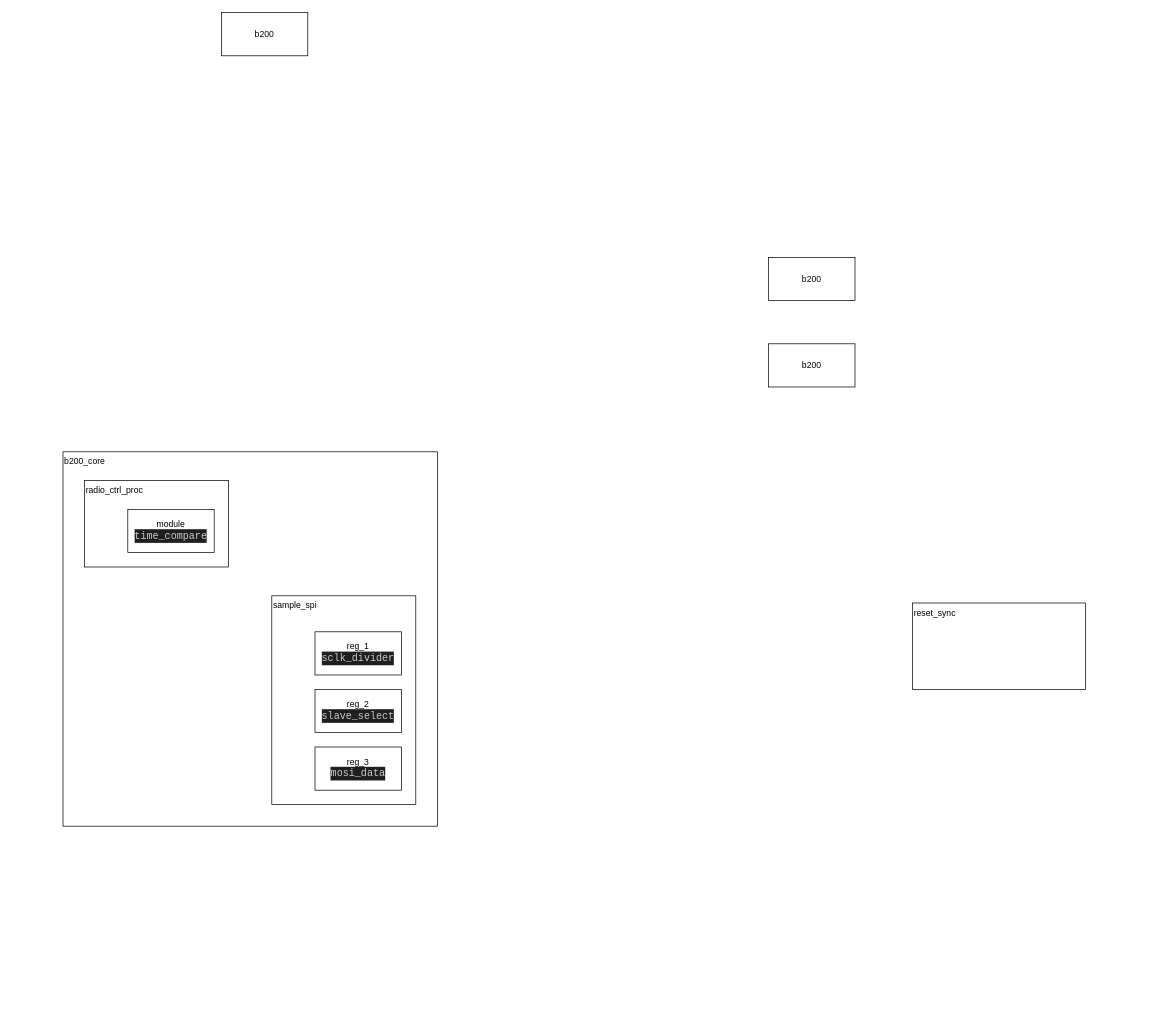
Before: b210.drawio in Africanuncle/quhao, a draw.io diagram. Source tidied: cells renumbered, new cells numbered last; positions are measured from the earlier drawing's top-left corner, leaving out a move shared by most shapes. Both pictures are drawn from the tidied source at 72%, with x=0, y=0 at pixel (63, 12).
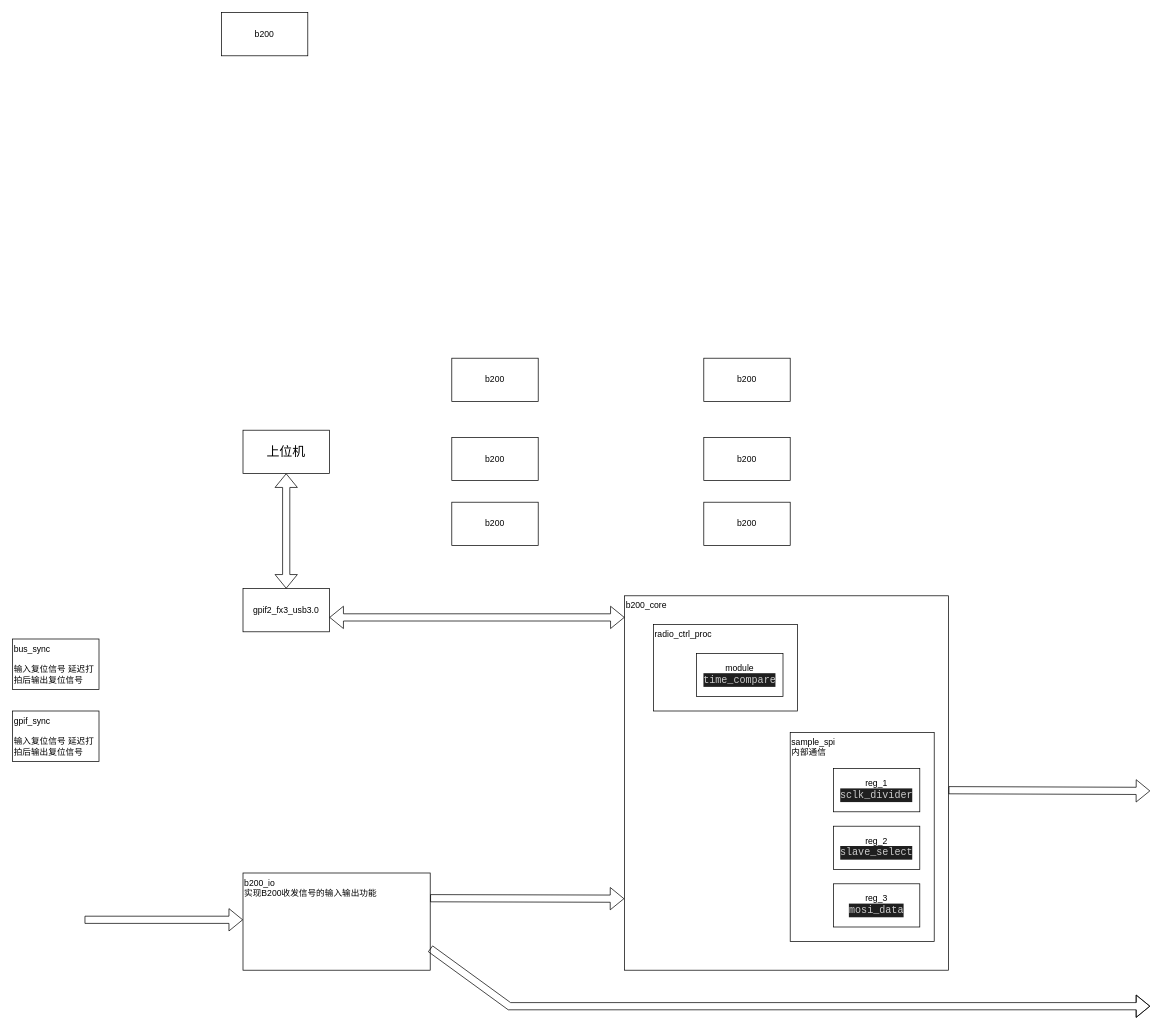
The same page after the edit.

Change to the diagram source:
```diff
@@
     <mxCell id="3" value="b200_core" style="rounded=0;whiteSpace=wrap;html=1;align=left;verticalAlign=top;" parent="1" vertex="1">
-      <mxGeometry y="610" width="520" height="520" as="geometry" />
+      <mxGeometry x="780" y="810" width="450" height="520" as="geometry" />
     </mxCell>
     <mxCell id="4" value="b200" style="rounded=0;whiteSpace=wrap;html=1;" parent="1" vertex="1">
-      <mxGeometry x="980" y="340" width="120" height="60" as="geometry" />
+      <mxGeometry x="540" y="480" width="120" height="60" as="geometry" />
     </mxCell>
-    <mxCell id="5" value="b200" style="rounded=0;whiteSpace=wrap;html=1;" parent="1" vertex="1">
-      <mxGeometry x="980" y="460" width="120" height="60" as="geometry" />
+    <mxCell id="5" value="gpif2_fx3_usb3.0" style="rounded=0;whiteSpace=wrap;html=1;" parent="1" vertex="1">
+      <mxGeometry x="250" y="800" width="120" height="60" as="geometry" />
     </mxCell>
-    <mxCell id="6" value="reset_sync" style="rounded=0;whiteSpace=wrap;html=1;align=left;verticalAlign=top;" parent="1" vertex="1">
-      <mxGeometry x="1180" y="820" width="240" height="120" as="geometry" />
+    <mxCell id="6" value="gpif_sync&lt;br&gt;&lt;br&gt;输入复位信号 延迟打拍后输出复位信号" style="rounded=0;whiteSpace=wrap;html=1;align=left;verticalAlign=top;" parent="1" vertex="1">
+      <mxGeometry x="-70" y="970" width="120" height="70" as="geometry" />
     </mxCell>
     <mxCell id="7" style="group;" parent="1" vertex="1">
-      <mxGeometry x="30" y="650" width="200" height="120" as="geometry" />
+      <mxGeometry x="820" y="850" width="200" height="120" as="geometry" />
     </mxCell>
@@
     <mxCell id="10" style="group;" parent="1" vertex="1">
-      <mxGeometry x="520" y="880" width="200" height="290" as="geometry" />
+      <mxGeometry x="980" y="930" width="200" height="290" as="geometry" />
     </mxCell>
     <mxCell id="11" style="group;" parent="10" vertex="1">
-      <mxGeometry x="-230" y="-70" width="200" height="290" as="geometry" />
+      <mxGeometry x="30" y="70" width="200" height="290" as="geometry" />
     </mxCell>
-    <mxCell id="12" value="sample_spi" style="rounded=0;whiteSpace=wrap;html=1;align=left;verticalAlign=top;" parent="11" vertex="1">
+    <mxCell id="12" value="sample_spi&lt;br&gt;内部通信" style="rounded=0;whiteSpace=wrap;html=1;align=left;verticalAlign=top;" parent="11" vertex="1">
       <mxGeometry width="200" height="290" as="geometry" />
     </mxCell>
@@
+    <mxCell id="16" value="bus_sync&lt;br&gt;&lt;br&gt;输入复位信号 延迟打拍后输出复位信号" style="rounded=0;whiteSpace=wrap;html=1;align=left;verticalAlign=top;" parent="1" vertex="1">
+      <mxGeometry x="-70" y="870" width="120" height="70" as="geometry" />
+    </mxCell>
+    <mxCell id="17" style="shape=flexArrow;endArrow=classic;startArrow=classic;html=1;rounded=0;" parent="1" edge="1">
+      <mxGeometry relative="1" as="geometry">
+        <mxPoint x="310" y="800" as="sourcePoint" />
+        <mxPoint x="310" y="640" as="targetPoint" />
+      </mxGeometry>
+    </mxCell>
+    <mxCell id="18" value="&lt;font style=&quot;font-size: 18px;&quot;&gt;上位机&lt;/font&gt;" style="rounded=0;whiteSpace=wrap;html=1;" parent="1" vertex="1">
+      <mxGeometry x="250" y="580" width="120" height="60" as="geometry" />
+    </mxCell>
+    <mxCell id="19" style="shape=flexArrow;endArrow=classic;startArrow=classic;html=1;rounded=0;" parent="1" edge="1">
+      <mxGeometry relative="1" as="geometry">
+        <mxPoint x="370" y="840" as="sourcePoint" />
+        <mxPoint x="780" y="840" as="targetPoint" />
+      </mxGeometry>
+    </mxCell>
+    <mxCell id="20" value="&lt;div style=&quot;&quot;&gt;&lt;span style=&quot;background-color: initial;&quot;&gt;b200_io&lt;/span&gt;&lt;/div&gt;实现B200收发信号的输入输出功能" style="rounded=0;whiteSpace=wrap;html=1;align=left;verticalAlign=top;" parent="1" vertex="1">
+      <mxGeometry x="250" y="1195" width="260" height="135" as="geometry" />
+    </mxCell>
+    <mxCell id="21" style="shape=flexArrow;endArrow=classic;html=1;rounded=0;" parent="1" edge="1">
+      <mxGeometry relative="1" as="geometry">
+        <mxPoint x="30" y="1260" as="sourcePoint" />
+        <mxPoint x="250" y="1260" as="targetPoint" />
+      </mxGeometry>
+    </mxCell>
+    <mxCell id="22" style="shape=flexArrow;endArrow=classic;html=1;rounded=0;entryX=-0.001;entryY=0.809;entryDx=0;entryDy=0;entryPerimeter=0;" parent="1" edge="1" target="3">
+      <mxGeometry relative="1" as="geometry">
+        <mxPoint x="510" y="1230" as="sourcePoint" />
+      </mxGeometry>
+    </mxCell>
+    <mxCell id="23" value="b200" style="rounded=0;whiteSpace=wrap;html=1;" parent="1" vertex="1">
+      <mxGeometry x="890" y="480" width="120" height="60" as="geometry" />
+    </mxCell>
+    <mxCell id="24" value="b200" style="rounded=0;whiteSpace=wrap;html=1;" parent="1" vertex="1">
+      <mxGeometry x="890" y="590" width="120" height="60" as="geometry" />
+    </mxCell>
+    <mxCell id="25" value="b200" style="rounded=0;whiteSpace=wrap;html=1;" parent="1" vertex="1">
+      <mxGeometry x="540" y="590" width="120" height="60" as="geometry" />
+    </mxCell>
+    <mxCell id="26" value="b200" style="rounded=0;whiteSpace=wrap;html=1;" parent="1" vertex="1">
+      <mxGeometry x="540" y="680" width="120" height="60" as="geometry" />
+    </mxCell>
+    <mxCell id="27" value="b200" style="rounded=0;whiteSpace=wrap;html=1;" parent="1" vertex="1">
+      <mxGeometry x="890" y="680" width="120" height="60" as="geometry" />
+    </mxCell>
+    <mxCell id="28" style="shape=flexArrow;endArrow=classic;html=1;rounded=0;" parent="1" edge="1">
+      <mxGeometry relative="1" as="geometry">
+        <mxPoint x="510" y="1300" as="sourcePoint" />
+        <mxPoint x="1510" y="1380" as="targetPoint" />
+        <Array as="points">
+          <mxPoint x="620" y="1380" />
+        </Array>
+      </mxGeometry>
+    </mxCell>
+    <mxCell id="29" style="shape=flexArrow;endArrow=classic;html=1;rounded=0;" parent="1" edge="1">
+      <mxGeometry relative="1" as="geometry">
+        <mxPoint x="1230" y="1080" as="sourcePoint" />
+        <mxPoint x="1510" y="1081" as="targetPoint" />
+      </mxGeometry>
+    </mxCell>
```
